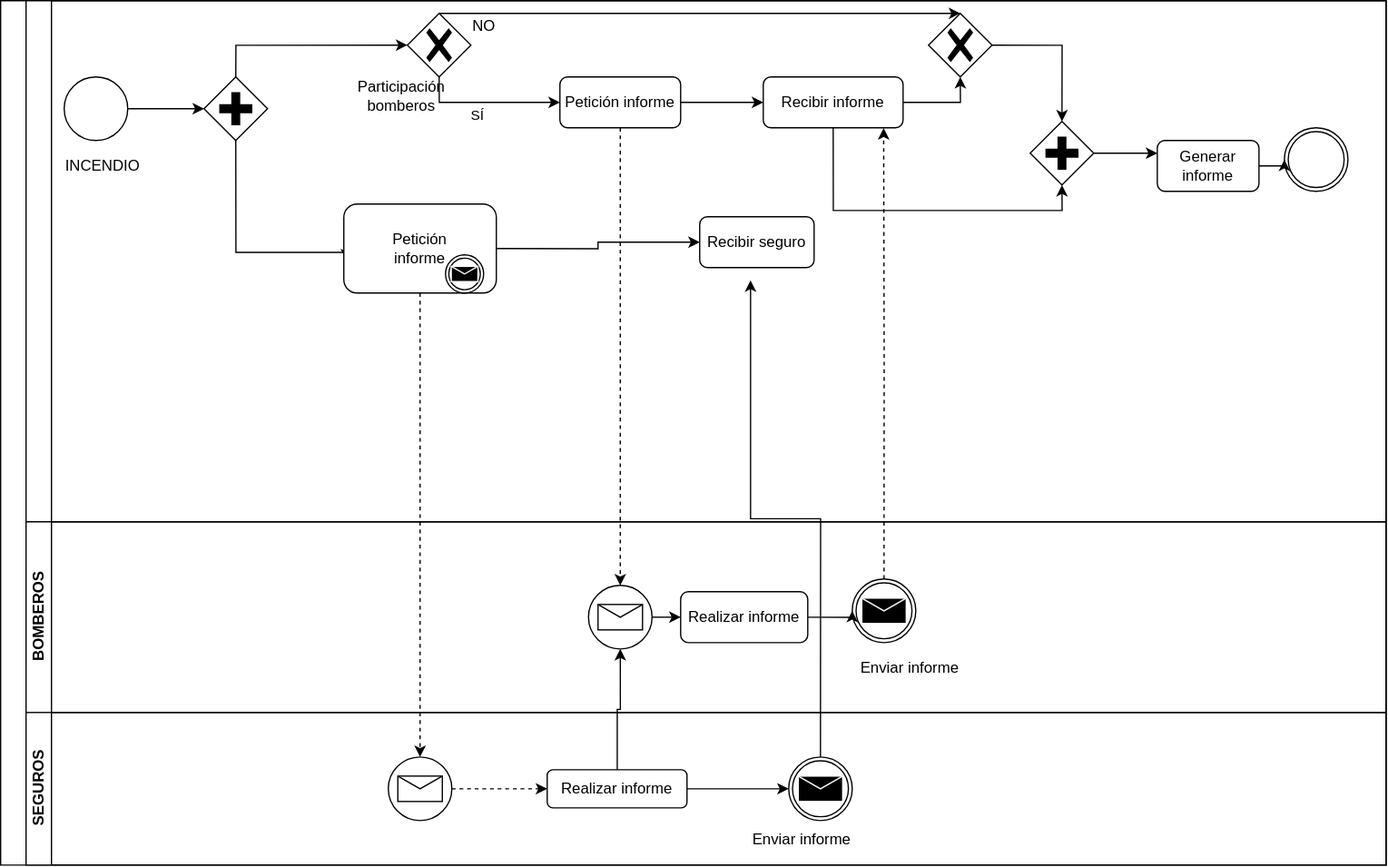
Before: lab2/source/lab2_Incendio.drawio.svg, a diagram exported from draw.io (cgg734/INRE-UAL-MORADO-2022-2023). Source tidied: cells renumbered, new cells last; positions are measured from the earlier drawing's top-left corner, leaving out a move shared by most shapes.
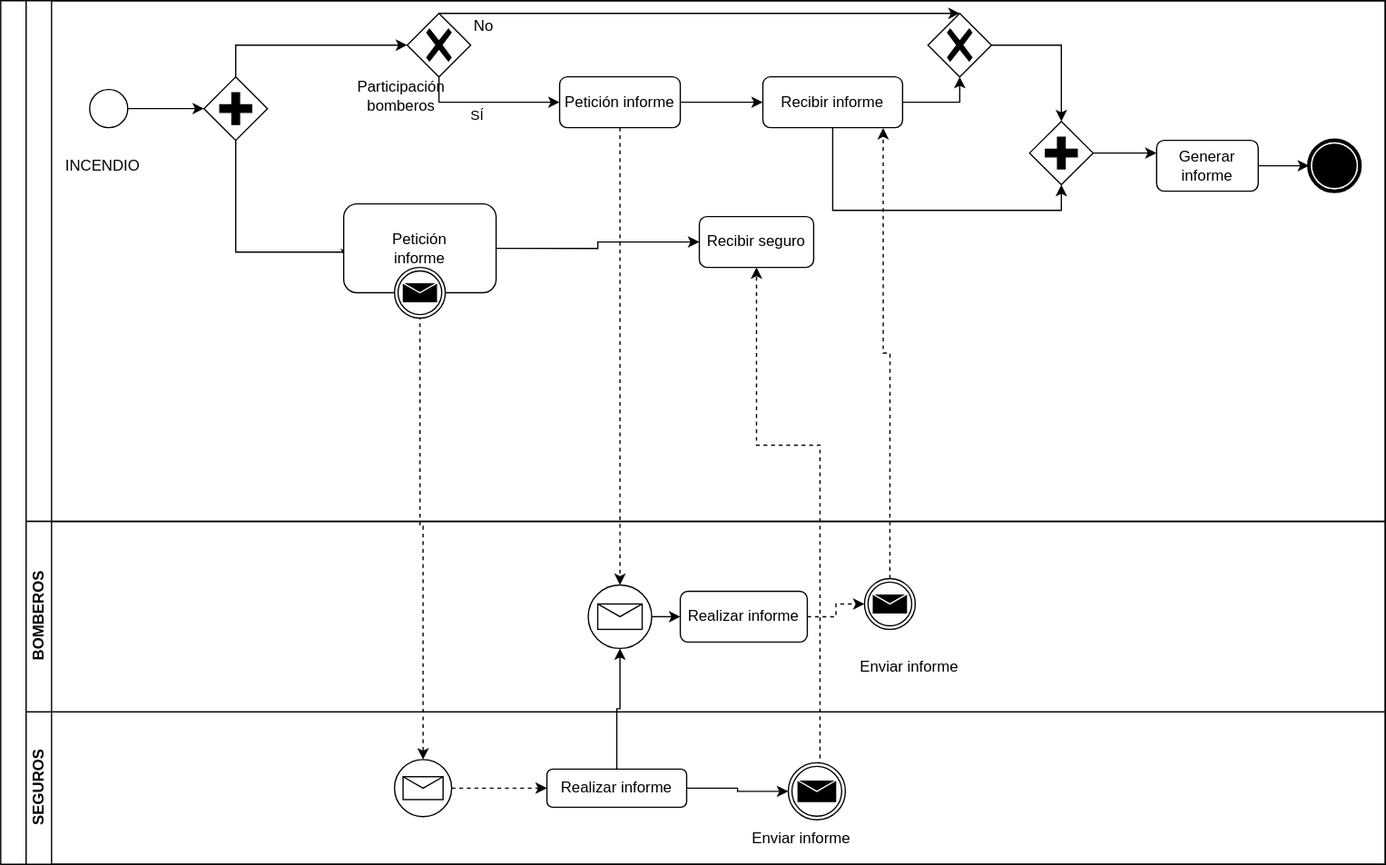
Later version of the same file.

Change to the diagram source:
```diff
@@ -58,7 +58,7 @@
       <mxGeometry relative="1" as="geometry" />
     </mxCell>
     <mxCell id="16" style="points=[[0.145,0.145,0],[0.5,0,0],[0.855,0.145,0],[1,0.5,0],[0.855,0.855,0],[0.5,1,0],[0.145,0.855,0],[0,0.5,0]];shape=mxgraph.bpmn.event;html=1;verticalLabelPosition=bottom;labelBackgroundColor=#ffffff;verticalAlign=top;align=center;perimeter=ellipsePerimeter;outlineConnect=0;outline=standard;symbol=general;" parent="4" vertex="1">
-      <mxGeometry x="30" y="60" width="50" height="50" as="geometry" />
+      <mxGeometry x="50" y="70" width="30" height="30" as="geometry" />
     </mxCell>
     <mxCell id="17" value="Recibir seguro" style="rounded=1;whiteSpace=wrap;html=1;" parent="4" vertex="1">
       <mxGeometry x="530" y="170" width="90" height="40" as="geometry" />
@@ -84,12 +84,9 @@
     <mxCell id="24" style="points=[[0.25,0.25,0],[0.5,0,0],[0.75,0.25,0],[1,0.5,0],[0.75,0.75,0],[0.5,1,0],[0.25,0.75,0],[0,0.5,0]];shape=mxgraph.bpmn.gateway2;html=1;verticalLabelPosition=bottom;labelBackgroundColor=#ffffff;verticalAlign=top;align=center;perimeter=rhombusPerimeter;outlineConnect=0;outline=none;symbol=none;gwType=exclusive;" parent="4" vertex="1">
       <mxGeometry x="710" y="10" width="50" height="50" as="geometry" />
     </mxCell>
-    <mxCell id="25" style="points=[[0.145,0.145,0],[0.5,0,0],[0.855,0.145,0],[1,0.5,0],[0.855,0.855,0],[0.5,1,0],[0.145,0.855,0],[0,0.5,0]];shape=mxgraph.bpmn.event;html=1;verticalLabelPosition=bottom;labelBackgroundColor=#ffffff;verticalAlign=top;align=center;perimeter=ellipsePerimeter;outlineConnect=0;outline=throwing;symbol=general;" parent="4" vertex="1">
-      <mxGeometry x="990" y="100" width="50" height="50" as="geometry" />
-    </mxCell>
-    <mxCell id="26" style="edgeStyle=orthogonalEdgeStyle;rounded=0;jettySize=auto;html=1;exitX=1;exitY=0.5;exitDx=0;exitDy=0;entryX=0;entryY=0.5;entryDx=0;entryDy=0;entryPerimeter=0;" parent="4" edge="1" source="27" target="25">
-      <mxGeometry relative="1" as="geometry" />
-    </mxCell>
+    <mxCell id="52" style="edgeStyle=orthogonalEdgeStyle;rounded=0;jettySize=auto;html=1;exitX=1;exitY=0.5;exitDx=0;exitDy=0;entryX=0;entryY=0.5;entryDx=0;entryDy=0;entryPerimeter=0;" parent="4" edge="1" source="27" target="53">
+      <mxGeometry relative="1" as="geometry" />
+    </mxCell>
     <mxCell id="27" value="Generar &lt;br&gt;informe" style="rounded=1;whiteSpace=wrap;html=1;" parent="4" vertex="1">
       <mxGeometry x="890" y="110" width="80" height="40" as="geometry" />
     </mxCell>
@@ -103,17 +100,23 @@
       <mxGeometry x="20" y="115" width="80" height="30" as="geometry" />
     </mxCell>
     <mxCell id="31" style="shape=mxgraph.bpmn.event;html=1;verticalLabelPosition=bottom;labelBackgroundColor=#ffffff;verticalAlign=top;align=center;perimeter=ellipsePerimeter;outline=throwing;symbol=message;" parent="4" vertex="1">
-      <mxGeometry x="330" y="200" width="30" height="30" as="geometry" />
+      <mxGeometry x="290" y="210" width="40" height="40" as="geometry" />
     </mxCell>
     <mxCell id="32" value="Participación &lt;br&gt;bomberos" style="text;html=1;align=center;verticalAlign=middle;strokeColor=none;fillColor=none;" parent="4" vertex="1">
       <mxGeometry x="250" y="55" width="90" height="40" as="geometry" />
     </mxCell>
+    <mxCell id="53" style="points=[[0.145,0.145,0],[0.5,0,0],[0.855,0.145,0],[1,0.5,0],[0.855,0.855,0],[0.5,1,0],[0.145,0.855,0],[0,0.5,0]];shape=mxgraph.bpmn.event;html=1;verticalLabelPosition=bottom;labelBackgroundColor=#ffffff;verticalAlign=top;align=center;perimeter=ellipsePerimeter;outlineConnect=0;outline=end;symbol=terminate;" parent="4" vertex="1">
+      <mxGeometry x="1010" y="110" width="40" height="40" as="geometry" />
+    </mxCell>
     <mxCell id="33" value="BOMBEROS" style="swimlane;html=1;startSize=20;horizontal=0;" parent="2" vertex="1">
       <mxGeometry x="20" y="410" width="1070" height="150" as="geometry" />
     </mxCell>
     <mxCell id="34" style="points=[[0.145,0.145,0],[0.5,0,0],[0.855,0.145,0],[1,0.5,0],[0.855,0.855,0],[0.5,1,0],[0.145,0.855,0],[0,0.5,0]];shape=mxgraph.bpmn.event;html=1;verticalLabelPosition=bottom;labelBackgroundColor=#ffffff;verticalAlign=top;align=center;perimeter=ellipsePerimeter;outlineConnect=0;outline=standard;symbol=message;" parent="33" vertex="1">
       <mxGeometry x="442.5" y="50" width="50" height="50" as="geometry" />
     </mxCell>
+    <mxCell id="38" style="edgeStyle=orthogonalEdgeStyle;rounded=0;jettySize=auto;html=1;exitX=1;exitY=0.5;exitDx=0;exitDy=0;entryX=0;entryY=0.5;entryDx=0;entryDy=0;entryPerimeter=0;dashed=1;" parent="33" edge="1" source="35" target="37">
+      <mxGeometry relative="1" as="geometry" />
+    </mxCell>
     <mxCell id="35" value="Realizar informe" style="rounded=1;whiteSpace=wrap;html=1;" parent="33" vertex="1">
       <mxGeometry x="515" y="55" width="100" height="40" as="geometry" />
     </mxCell>
@@ -121,11 +124,8 @@
       <mxGeometry relative="1" as="geometry" />
     </mxCell>
     <mxCell id="37" style="points=[[0.145,0.145,0],[0.5,0,0],[0.855,0.145,0],[1,0.5,0],[0.855,0.855,0],[0.5,1,0],[0.145,0.855,0],[0,0.5,0]];shape=mxgraph.bpmn.event;html=1;verticalLabelPosition=bottom;labelBackgroundColor=#ffffff;verticalAlign=top;align=center;perimeter=ellipsePerimeter;outlineConnect=0;outline=throwing;symbol=message;" parent="33" vertex="1">
-      <mxGeometry x="650" y="45" width="50" height="50" as="geometry" />
+      <mxGeometry x="660" y="45" width="40" height="40" as="geometry" />
     </mxCell>
-    <mxCell id="38" style="edgeStyle=orthogonalEdgeStyle;rounded=0;jettySize=auto;html=1;exitX=1;exitY=0.5;exitDx=0;exitDy=0;entryX=0;entryY=0.5;entryDx=0;entryDy=0;entryPerimeter=0;" parent="33" edge="1" source="35" target="37">
-      <mxGeometry relative="1" as="geometry" />
-    </mxCell>
     <mxCell id="39" value="Enviar informe" style="text;html=1;align=center;verticalAlign=middle;strokeColor=none;fillColor=none;" parent="33" vertex="1">
       <mxGeometry x="645" y="100" width="100" height="30" as="geometry" />
     </mxCell>
@@ -142,10 +142,10 @@
       <mxGeometry x="410" y="45" width="110" height="30" as="geometry" />
     </mxCell>
     <mxCell id="44" style="points=[[0.145,0.145,0],[0.5,0,0],[0.855,0.145,0],[1,0.5,0],[0.855,0.855,0],[0.5,1,0],[0.145,0.855,0],[0,0.5,0]];shape=mxgraph.bpmn.event;html=1;verticalLabelPosition=bottom;labelBackgroundColor=#ffffff;verticalAlign=top;align=center;perimeter=ellipsePerimeter;outlineConnect=0;outline=throwing;symbol=message;" parent="40" vertex="1">
-      <mxGeometry x="600" y="35" width="50" height="50" as="geometry" />
+      <mxGeometry x="600" y="40" width="45" height="45" as="geometry" />
     </mxCell>
     <mxCell id="45" style="points=[[0.145,0.145,0],[0.5,0,0],[0.855,0.145,0],[1,0.5,0],[0.855,0.855,0],[0.5,1,0],[0.145,0.855,0],[0,0.5,0]];shape=mxgraph.bpmn.event;html=1;verticalLabelPosition=bottom;labelBackgroundColor=#ffffff;verticalAlign=top;align=center;perimeter=ellipsePerimeter;outlineConnect=0;outline=standard;symbol=message;" parent="40" vertex="1">
-      <mxGeometry x="285" y="35" width="50" height="50" as="geometry" />
+      <mxGeometry x="290" y="37.5" width="45" height="45" as="geometry" />
     </mxCell>
     <mxCell id="46" value="Enviar informe" style="text;html=1;align=center;verticalAlign=middle;strokeColor=none;fillColor=none;" parent="40" vertex="1">
       <mxGeometry x="560" y="85" width="100" height="30" as="geometry" />
@@ -159,13 +159,16 @@
     <mxCell id="49" style="edgeStyle=orthogonalEdgeStyle;rounded=0;jettySize=auto;html=1;" parent="2" edge="1" source="43" target="34">
       <mxGeometry relative="1" as="geometry" />
     </mxCell>
+    <mxCell id="51" style="edgeStyle=orthogonalEdgeStyle;rounded=0;jettySize=auto;html=1;exitX=0.5;exitY=0;exitDx=0;exitDy=0;exitPerimeter=0;entryX=0.5;entryY=1;entryDx=0;entryDy=0;dashed=1;" parent="2" edge="1" source="44" target="17">
+      <mxGeometry relative="1" as="geometry">
+        <Array as="points">
+          <mxPoint x="645" y="350" />
+          <mxPoint x="595" y="350" />
+        </Array>
+      </mxGeometry>
+    </mxCell>
-    <mxCell id="50" value="NO&lt;br&gt;" style="text;html=1;align=center;verticalAlign=middle;strokeColor=none;fillColor=none;" parent="1" vertex="1">
+    <mxCell id="50" value="No" style="text;html=1;align=center;verticalAlign=middle;strokeColor=none;fillColor=none;" parent="1" vertex="1">
       <mxGeometry x="360" y="5" width="40" height="30" as="geometry" />
     </mxCell>
-    <mxCell id="51" style="edgeStyle=orthogonalEdgeStyle;rounded=0;jettySize=auto;html=1;exitX=0.5;exitY=0;exitDx=0;exitDy=0;exitPerimeter=0;" parent="1" edge="1" source="44">
-      <mxGeometry relative="1" as="geometry">
-        <mxPoint x="590" y="220" as="targetPoint" />
-      </mxGeometry>
-    </mxCell>
   </root>
 </mxGraphModel>
```
